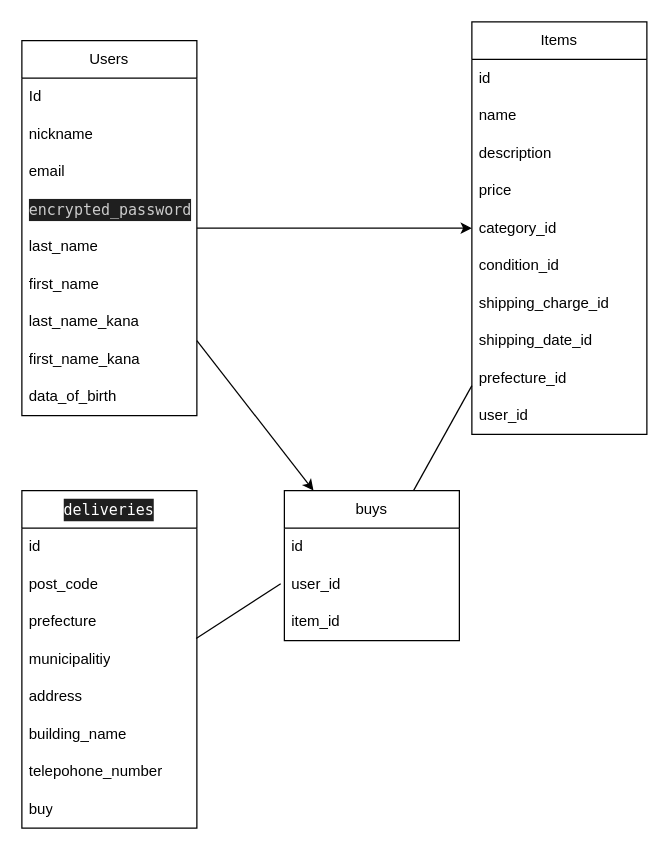
The draw.io diagram er.dio in hm0139/furima-39527, before the edit. Source tidied: cells renumbered, new cells numbered last; positions are measured from the earlier drawing's top-left corner, leaving out a move shared by most shapes. Both pictures are drawn from the tidied source at 125%, with x=0, y=0 at pixel (21, 21).
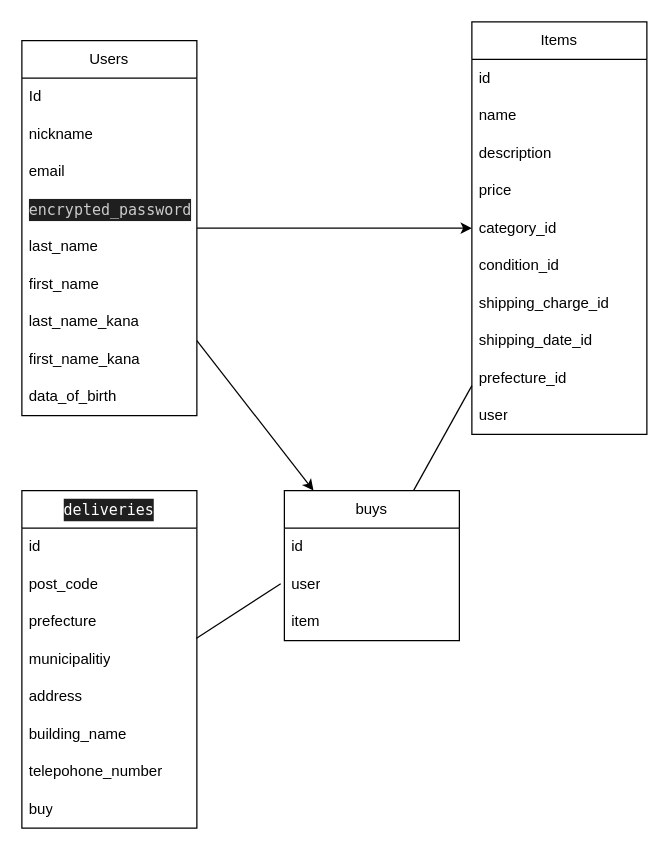
After the change.

The change refers to these unchanged cells:
```xml
<mxCell id="12" value="Items" style="swimlane;fontStyle=0;horizontal=1;startSize=30;whiteSpace=wrap;html=1;" parent="1" vertex="1">
  <mxGeometry x="360" width="140" height="330" as="geometry" />
</mxCell>
<mxCell id="24" value="buys" style="swimlane;fontStyle=0;horizontal=1;startSize=30;whiteSpace=wrap;html=1;" parent="1" vertex="1">
  <mxGeometry x="210" y="375" width="140" height="120" as="geometry" />
</mxCell>
```

Change to the diagram source:
```diff
@@
-    <mxCell id="22" value="user_id" style="text;strokeColor=none;fillColor=none;align=left;verticalAlign=middle;spacingLeft=4;spacingRight=4;overflow=hidden;whiteSpace=wrap;html=1;" parent="12" vertex="1">
+    <mxCell id="22" value="user" style="text;strokeColor=none;fillColor=none;align=left;verticalAlign=middle;spacingLeft=4;spacingRight=4;overflow=hidden;whiteSpace=wrap;html=1;" parent="12" vertex="1">
       <mxGeometry y="300" width="140" height="30" as="geometry" />
     </mxCell>
@@
-    <mxCell id="26" value="user_id" style="text;strokeColor=none;fillColor=none;align=left;verticalAlign=middle;spacingLeft=4;spacingRight=4;overflow=hidden;points=[[0,0.5],[1,0.5]];portConstraint=eastwest;whiteSpace=wrap;html=1;" parent="24" vertex="1">
+    <mxCell id="26" value="user" style="text;strokeColor=none;fillColor=none;align=left;verticalAlign=middle;spacingLeft=4;spacingRight=4;overflow=hidden;points=[[0,0.5],[1,0.5]];portConstraint=eastwest;whiteSpace=wrap;html=1;" parent="24" vertex="1">
       <mxGeometry y="60" width="140" height="30" as="geometry" />
     </mxCell>
-    <mxCell id="27" value="item_id" style="text;strokeColor=none;fillColor=none;align=left;verticalAlign=middle;spacingLeft=4;spacingRight=4;overflow=hidden;whiteSpace=wrap;html=1;" parent="24" vertex="1">
+    <mxCell id="27" value="item" style="text;strokeColor=none;fillColor=none;align=left;verticalAlign=middle;spacingLeft=4;spacingRight=4;overflow=hidden;whiteSpace=wrap;html=1;" parent="24" vertex="1">
       <mxGeometry y="90" width="140" height="30" as="geometry" />
     </mxCell>
```
